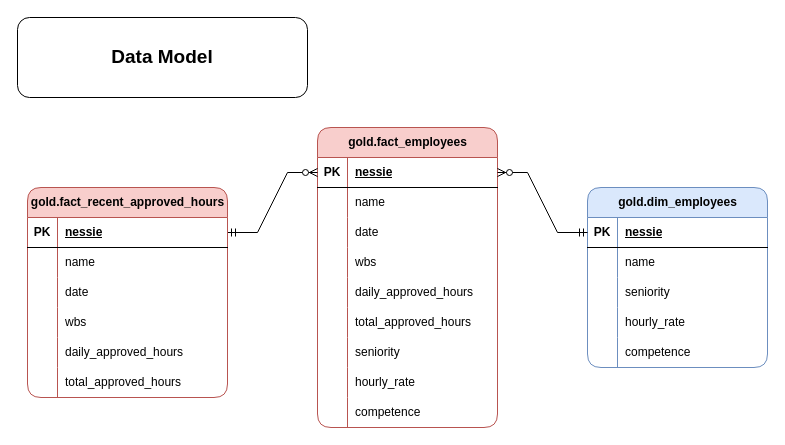
Before: documents/Data Model.drawio in nerwuuus/sql-employee-time-db, a draw.io diagram. Source tidied: cells renumbered, new cells numbered last; positions are measured from the earlier drawing's top-left corner, leaving out a move shared by most shapes. Both pictures are drawn from the tidied source at 100%, with x=0, y=0 at pixel (17, 17).
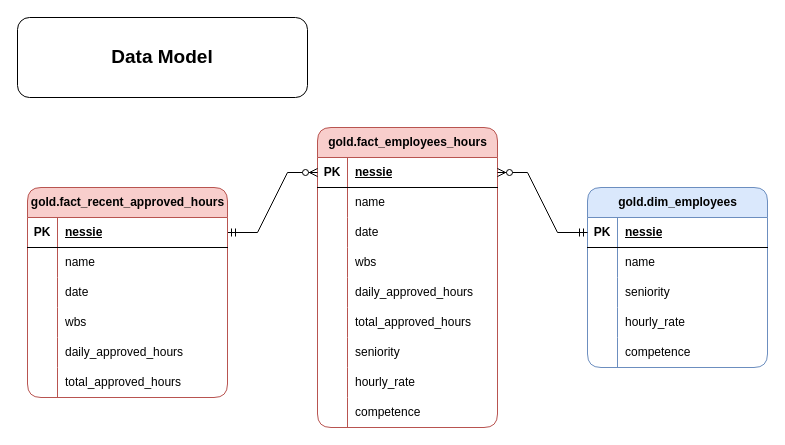
After the change.

The edit, as a diff of the source:
```diff
@@
-    <mxCell id="3" value="gold.fact_employees" style="shape=table;startSize=30;childLayout=tableLayout;rowLines=0;fontStyle=1;align=center;html=1;rounded=1;fillColor=#f8cecc;strokeColor=#b85450;" parent="1" vertex="1">
+    <mxCell id="3" value="gold.fact_employees_hours" style="shape=table;startSize=30;childLayout=tableLayout;rowLines=0;fontStyle=1;align=center;html=1;rounded=1;fillColor=#f8cecc;strokeColor=#b85450;" parent="1" vertex="1">
       <mxGeometry x="300" y="110" width="180" height="300" as="geometry" />
     </mxCell>
```
